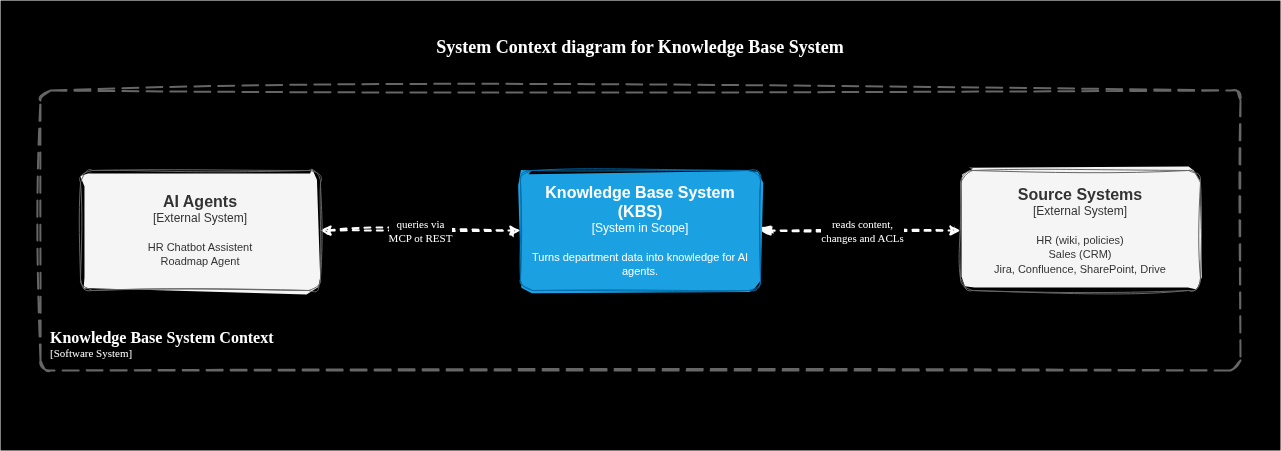
Before: _docs/99--dagrams/00-c4-l1--system-context.png, a diagram exported from draw.io (paulAlexSerban/prj--knowledge-base-system). Source tidied: cells renumbered, new cells last; positions are measured from the earlier drawing's top-left corner, leaving out a move shared by most shapes.
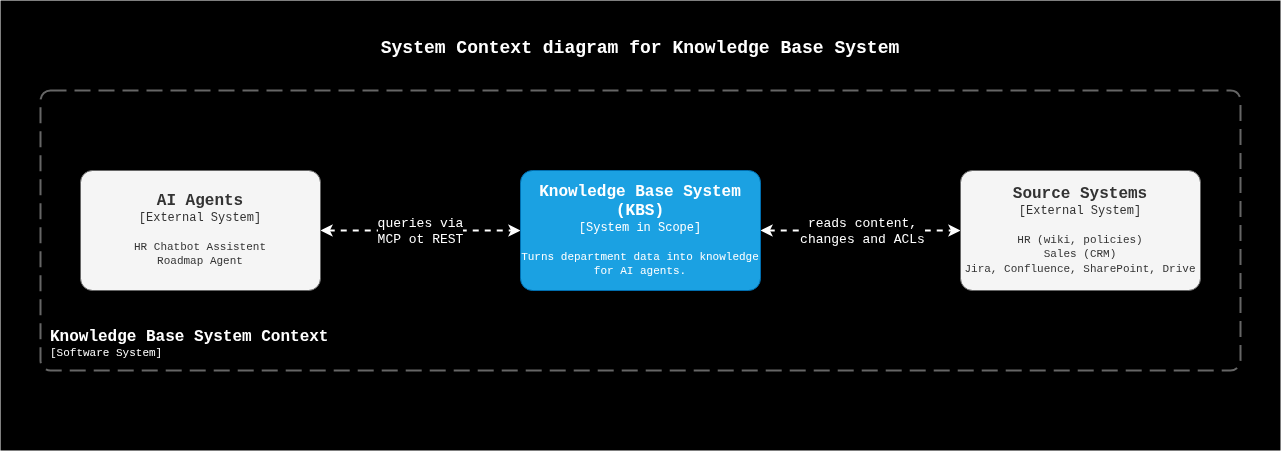
The same diagram one commit later.

What changed in the source:
```diff
@@ -2,43 +2,43 @@
   <root>
     <mxCell id="0" />
     <mxCell id="1" parent="0" />
-    <mxCell id="2" style="rounded=0;whiteSpace=wrap;html=1;strokeColor=none;fillColor=#000000;fontColor=#333333;" parent="1" vertex="1">
+    <mxCell id="2" style="rounded=0;whiteSpace=wrap;html=1;strokeColor=none;fillColor=#000000;fontColor=#333333;fontFamily=Courier New;" parent="1" vertex="1">
       <mxGeometry width="1280" height="450" as="geometry" />
     </mxCell>
-    <mxCell id="3" style="edgeStyle=none;html=1;dashed=1;startArrow=classic;startFill=1;strokeWidth=2;strokeColor=#FFFFFF;sketch=1;curveFitting=1;jiggle=2;" parent="1" edge="1" source="5" target="8">
+    <mxCell id="3" style="edgeStyle=none;html=1;dashed=1;startArrow=classic;startFill=1;strokeWidth=2;strokeColor=#FFFFFF;fontFamily=Courier New;" parent="1" edge="1" source="5" target="8">
       <mxGeometry relative="1" as="geometry" />
     </mxCell>
-    <mxCell id="4" value="queries via&lt;br&gt;MCP ot REST" style="edgeLabel;html=1;align=center;verticalAlign=middle;labelBackgroundColor=#000000;fontColor=#FFFFFF;fontFamily=Comic Sans MS;" parent="3" vertex="1">
+    <mxCell id="4" value="queries via&lt;br style=&quot;font-size: 13px;&quot;&gt;MCP ot REST" style="edgeLabel;html=1;align=center;verticalAlign=middle;labelBackgroundColor=#000000;fontColor=#FFFFFF;fontFamily=Courier New;fontSize=13;" parent="3" vertex="1">
       <mxGeometry x="-0.01" relative="1" as="geometry" />
     </mxCell>
     <object id="5" label="&lt;font style=&quot;font-size: 16px&quot;&gt;&lt;b&gt;%c4Name%&lt;/b&gt;&lt;/font&gt;&lt;div&gt;[%c4Type%]&lt;/div&gt;&lt;br&gt;&lt;div&gt;&lt;font style=&quot;font-size: 11px&quot;&gt;&lt;font&gt;%c4Description%&lt;/font&gt;&lt;/font&gt;&lt;/div&gt;" c4Description="HR Chatbot Assistent&#10;Roadmap Agent" c4Name="AI Agents" c4Type="External System" placeholders="1">
-      <mxCell style="rounded=1;whiteSpace=wrap;html=1;labelBackgroundColor=none;fillColor=#f5f5f5;align=center;arcSize=10;strokeColor=#666666;points=[[0.25,0,0],[0.5,0,0],[0.75,0,0],[1,0.25,0],[1,0.5,0],[1,0.75,0],[0.75,1,0],[0.5,1,0],[0.25,1,0],[0,0.75,0],[0,0.5,0],[0,0.25,0]];sketch=1;curveFitting=1;jiggle=2;strokeWidth=1;fillStyle=solid;fontColor=#333333;" parent="1" vertex="1">
+      <mxCell style="rounded=1;whiteSpace=wrap;html=1;labelBackgroundColor=none;fillColor=#f5f5f5;align=center;arcSize=10;strokeColor=#666666;points=[[0.25,0,0],[0.5,0,0],[0.75,0,0],[1,0.25,0],[1,0.5,0],[1,0.75,0],[0.75,1,0],[0.5,1,0],[0.25,1,0],[0,0.75,0],[0,0.5,0],[0,0.25,0]];strokeWidth=1;fillStyle=solid;fontColor=#333333;fontFamily=Courier New;" parent="1" vertex="1">
         <mxGeometry x="80" y="170" width="240" height="120" as="geometry" />
       </mxCell>
     </object>
-    <mxCell id="6" style="edgeStyle=none;html=1;dashed=1;startArrow=classic;startFill=1;strokeWidth=2;strokeColor=#FFFFFF;sketch=1;curveFitting=1;jiggle=2;" parent="1" edge="1" source="8" target="9">
+    <mxCell id="6" style="edgeStyle=none;html=1;dashed=1;startArrow=classic;startFill=1;strokeWidth=2;strokeColor=#FFFFFF;fontFamily=Courier New;" parent="1" edge="1" source="8" target="9">
       <mxGeometry relative="1" as="geometry" />
     </mxCell>
-    <mxCell id="7" value="reads content, &lt;br&gt;changes and ACLs" style="edgeLabel;html=1;align=center;verticalAlign=middle;labelBackgroundColor=#000000;fontColor=#FFFFFF;fontFamily=Comic Sans MS;" parent="6" vertex="1">
+    <mxCell id="7" value="reads content, &lt;br style=&quot;font-size: 13px;&quot;&gt;changes and ACLs" style="edgeLabel;html=1;align=center;verticalAlign=middle;labelBackgroundColor=#000000;fontColor=#FFFFFF;fontFamily=Courier New;fontSize=13;" parent="6" vertex="1">
       <mxGeometry x="0.01" relative="1" as="geometry" />
     </mxCell>
     <object id="8" label="&lt;font style=&quot;font-size: 16px&quot;&gt;&lt;b&gt;%c4Name%&lt;/b&gt;&lt;/font&gt;&lt;div&gt;[%c4Type%]&lt;/div&gt;&lt;br&gt;&lt;div&gt;&lt;font style=&quot;font-size: 11px&quot;&gt;&lt;font&gt;%c4Description%&lt;/font&gt;&lt;/font&gt;&lt;/div&gt;" c4Description="Turns department data into knowledge for AI agents." c4Name="Knowledge Base System (KBS)" c4Type="System in Scope" placeholders="1">
-      <mxCell style="rounded=1;whiteSpace=wrap;html=1;labelBackgroundColor=none;fillColor=#1ba1e2;align=center;arcSize=10;strokeColor=#006EAF;points=[[0.25,0,0],[0.5,0,0],[0.75,0,0],[1,0.25,0],[1,0.5,0],[1,0.75,0],[0.75,1,0],[0.5,1,0],[0.25,1,0],[0,0.75,0],[0,0.5,0],[0,0.25,0]];sketch=1;curveFitting=1;jiggle=2;strokeWidth=1;fillStyle=solid;fontColor=#ffffff;" parent="1" vertex="1">
+      <mxCell style="rounded=1;whiteSpace=wrap;html=1;labelBackgroundColor=none;fillColor=#1ba1e2;align=center;arcSize=10;strokeColor=#006EAF;points=[[0.25,0,0],[0.5,0,0],[0.75,0,0],[1,0.25,0],[1,0.5,0],[1,0.75,0],[0.75,1,0],[0.5,1,0],[0.25,1,0],[0,0.75,0],[0,0.5,0],[0,0.25,0]];strokeWidth=1;fillStyle=solid;fontColor=#ffffff;fontFamily=Courier New;" parent="1" vertex="1">
         <mxGeometry x="520" y="170" width="240" height="120" as="geometry" />
       </mxCell>
     </object>
     <object id="9" label="&lt;font style=&quot;font-size: 16px&quot;&gt;&lt;b&gt;%c4Name%&lt;/b&gt;&lt;/font&gt;&lt;div&gt;[%c4Type%]&lt;/div&gt;&lt;br&gt;&lt;div&gt;&lt;font style=&quot;font-size: 11px&quot;&gt;&lt;font&gt;%c4Description%&lt;/font&gt;&lt;/font&gt;&lt;/div&gt;" c4Description="HR (wiki, policies)&#10;Sales (CRM)&#10;Jira, Confluence, SharePoint, Drive" c4Name="Source Systems" c4Type="External System" placeholders="1">
-      <mxCell style="rounded=1;whiteSpace=wrap;html=1;labelBackgroundColor=none;fillColor=#f5f5f5;align=center;arcSize=10;strokeColor=#666666;points=[[0.25,0,0],[0.5,0,0],[0.75,0,0],[1,0.25,0],[1,0.5,0],[1,0.75,0],[0.75,1,0],[0.5,1,0],[0.25,1,0],[0,0.75,0],[0,0.5,0],[0,0.25,0]];sketch=1;curveFitting=1;jiggle=2;strokeWidth=1;fillStyle=solid;fontColor=#333333;" parent="1" vertex="1">
+      <mxCell style="rounded=1;whiteSpace=wrap;html=1;labelBackgroundColor=none;fillColor=#f5f5f5;align=center;arcSize=10;strokeColor=#666666;points=[[0.25,0,0],[0.5,0,0],[0.75,0,0],[1,0.25,0],[1,0.5,0],[1,0.75,0],[0.75,1,0],[0.5,1,0],[0.25,1,0],[0,0.75,0],[0,0.5,0],[0,0.25,0]];strokeWidth=1;fillStyle=solid;fontColor=#333333;fontFamily=Courier New;" parent="1" vertex="1">
         <mxGeometry x="960" y="170" width="240" height="120" as="geometry" />
       </mxCell>
     </object>
     <object id="10" label="&lt;font style=&quot;font-size: 16px&quot;&gt;&lt;b&gt;&lt;div style=&quot;text-align: left&quot;&gt;%c4Name%&lt;/div&gt;&lt;/b&gt;&lt;/font&gt;&lt;div style=&quot;text-align: left&quot;&gt;[%c4Application%]&lt;/div&gt;" c4Application="Software System" c4Name="Knowledge Base System Context" c4Type="SystemScopeBoundary" placeholders="1">
-      <mxCell style="rounded=1;fontSize=11;whiteSpace=wrap;html=1;dashed=1;arcSize=20;fillColor=none;strokeColor=#666666;fontColor=#FFFFFF;labelBackgroundColor=none;align=left;verticalAlign=bottom;labelBorderColor=none;spacingTop=0;spacing=10;dashPattern=8 4;perimeter=rectanglePerimeter;labelPadding=0;absoluteArcSize=1;sketch=1;curveFitting=1;jiggle=2;strokeWidth=2;fontFamily=Comic Sans MS;" parent="1" vertex="1">
+      <mxCell style="rounded=1;fontSize=11;whiteSpace=wrap;html=1;dashed=1;arcSize=20;fillColor=none;strokeColor=#666666;fontColor=#FFFFFF;labelBackgroundColor=none;align=left;verticalAlign=bottom;labelBorderColor=none;spacingTop=0;spacing=10;dashPattern=8 4;perimeter=rectanglePerimeter;labelPadding=0;absoluteArcSize=1;strokeWidth=2;fontFamily=Courier New;" parent="1" vertex="1">
         <mxGeometry x="40" y="90" width="1200" height="280" as="geometry" />
       </mxCell>
     </object>
-    <mxCell id="11" value="System Context diagram for Knowledge Base System" style="text;align=center;verticalAlign=middle;fontStyle=1;fontSize=18;fontFamily=Comic Sans MS;fontColor=#FFFFFF;" parent="1" vertex="1">
-      <mxGeometry x="395" y="25" width="490" height="40" as="geometry" />
+    <mxCell id="11" value="System Context diagram for Knowledge Base System" style="text;align=center;verticalAlign=middle;fontStyle=1;fontSize=18;fontFamily=Courier New;fontColor=#FFFFFF;" parent="1" vertex="1">
+      <mxGeometry x="370" y="25" width="540" height="40" as="geometry" />
     </mxCell>
   </root>
 </mxGraphModel>
```
